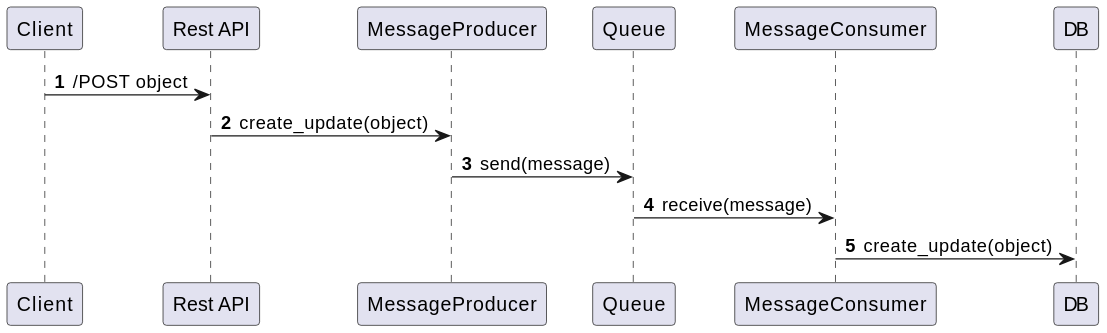
Before: doc/adr/img/PublisherSubscriberDiagram.svg, a diagram exported from PlantUML (adetola-adewodu/architecture-decision-records). Source of this version:
```plantuml
@startuml
  autonumber

  Client -> "Rest API": /POST object
  "Rest API" -> MessageProducer: create_update(object)
  MessageProducer -> Queue : send(message)
  Queue -> MessageConsumer : receive(message)
  MessageConsumer -> DB: create_update(object)
@enduml
```
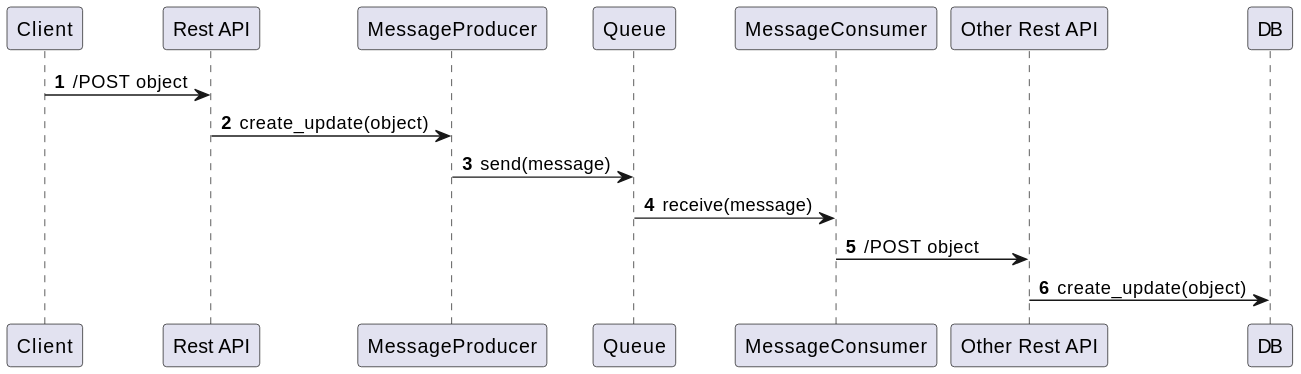
The same diagram one commit later.

Change to the diagram source:
```diff
@@ -1,9 +1,10 @@
 @startuml
-  autonumber
+autonumber
 
-  Client -> "Rest API": /POST object
-  "Rest API" -> MessageProducer: create_update(object)
-  MessageProducer -> Queue : send(message)
-  Queue -> MessageConsumer : receive(message)
-  MessageConsumer -> DB: create_update(object)
+Client -> "Rest API": /POST object
+"Rest API" -> MessageProducer: create_update(object)
+MessageProducer -> Queue : send(message)
+Queue -> MessageConsumer : receive(message)
+MessageConsumer -> "Other Rest API": /POST object
+"Other Rest API" -> DB: create_update(object)
 @enduml
```
